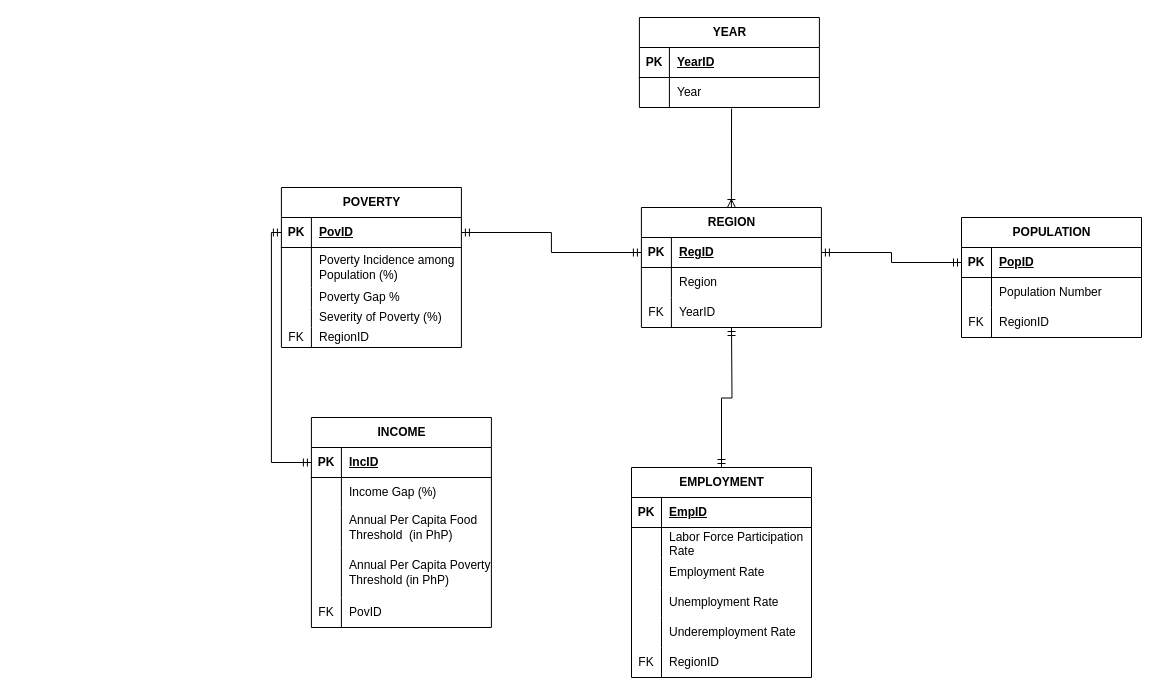
The draw.io diagram page "NRM" (3 of 4) of DECapstone diagrams.drawio in vinsanity2022/SPARTACapstone, before the edit. Source tidied: cells renumbered, new cells numbered last; positions are measured from the earlier drawing's top-left corner, leaving out a move shared by most shapes. Both pictures are drawn from the tidied source at 100%, with x=0, y=0 at pixel (281, 17).
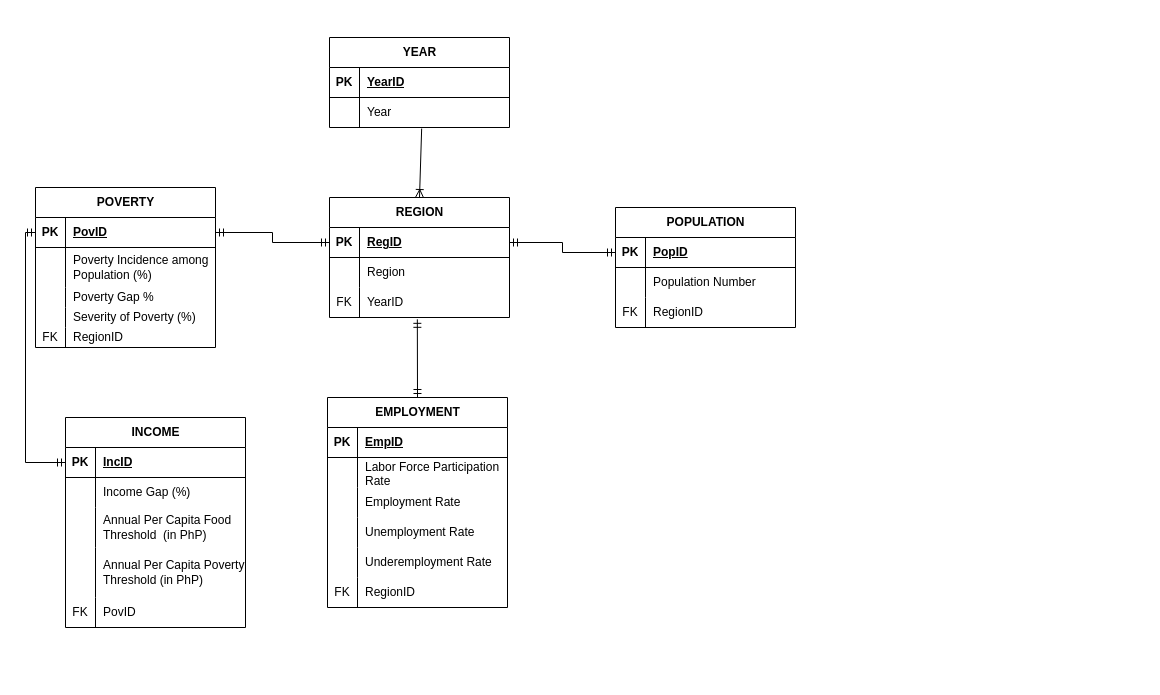
The same page after the edit.

The change refers to these unchanged cells:
```xml
<mxCell id="41" style="shape=tableRow;horizontal=0;startSize=0;swimlaneHead=0;swimlaneBody=0;fillColor=none;points=[[0,0.5],[1,0.5]];portConstraint=eastwest;top=0;left=0;right=0;bottom=0;" parent="34" vertex="1">
  <mxGeometry y="90" width="180" height="30" as="geometry" />
</mxCell>
```

Change to the diagram source:
```diff
@@
     <mxCell id="2" value="POVERTY" style="shape=table;startSize=30;childLayout=tableLayout;rowLines=0;fontStyle=1;align=center;html=1;" parent="1" vertex="1">
-      <mxGeometry x="-0.1" y="170" width="180" height="160" as="geometry" />
+      <mxGeometry x="-246" y="170" width="180" height="160" as="geometry" />
     </mxCell>
@@
     <mxCell id="18" value="INCOME" style="shape=table;startSize=30;childLayout=tableLayout;rowLines=0;fontStyle=1;align=center;html=1;" parent="1" vertex="1">
-      <mxGeometry x="29.9" y="400" width="180" height="210" as="geometry" />
+      <mxGeometry x="-216" y="400" width="180" height="210" as="geometry" />
     </mxCell>
@@
     <mxCell id="34" value="REGION" style="shape=table;startSize=30;childLayout=tableLayout;rowLines=0;fontStyle=1;align=center;html=1;" parent="1" vertex="1">
-      <mxGeometry x="359.9" y="190" width="180" height="120" as="geometry" />
+      <mxGeometry x="48" y="180" width="180" height="120" as="geometry" />
     </mxCell>
@@
     <mxCell id="46" value="POPULATION" style="shape=table;startSize=30;childLayout=tableLayout;rowLines=0;fontStyle=1;align=center;html=1;" parent="1" vertex="1">
-      <mxGeometry x="680" y="200" width="180" height="120" as="geometry" />
+      <mxGeometry x="334" y="190" width="180" height="120" as="geometry" />
     </mxCell>
@@
     <mxCell id="57" value="EMPLOYMENT" style="shape=table;startSize=30;childLayout=tableLayout;rowLines=0;fontStyle=1;align=center;html=1;" parent="1" vertex="1">
-      <mxGeometry x="350" y="450" width="180" height="210" as="geometry" />
+      <mxGeometry x="46" y="380" width="180" height="210" as="geometry" />
     </mxCell>
@@
-    <mxCell id="76" style="edgeStyle=orthogonalEdgeStyle;fontSize=12;html=1;endArrow=ERmandOne;startArrow=ERmandOne;rounded=0;entryX=0.5;entryY=0;entryDx=0;entryDy=0;" parent="1" edge="1" target="57">
-      <mxGeometry relative="1" as="geometry">
-        <mxPoint x="450" y="310" as="sourcePoint" />
-      </mxGeometry>
+    <mxCell id="76" style="fontSize=12;html=1;endArrow=ERmandOne;startArrow=ERmandOne;rounded=0;entryX=0.5;entryY=0;entryDx=0;entryDy=0;exitX=0.488;exitY=1.061;exitDx=0;exitDy=0;exitPerimeter=0;" parent="1" edge="1" source="41" target="57">
+      <mxGeometry relative="1" as="geometry" />
     </mxCell>
     <mxCell id="77" value="YEAR" style="shape=table;startSize=30;childLayout=tableLayout;rowLines=0;fontStyle=1;align=center;html=1;" parent="1" vertex="1">
-      <mxGeometry x="357.9" width="180" height="90" as="geometry" />
+      <mxGeometry x="48" y="20" width="180" height="90" as="geometry" />
     </mxCell>
```
